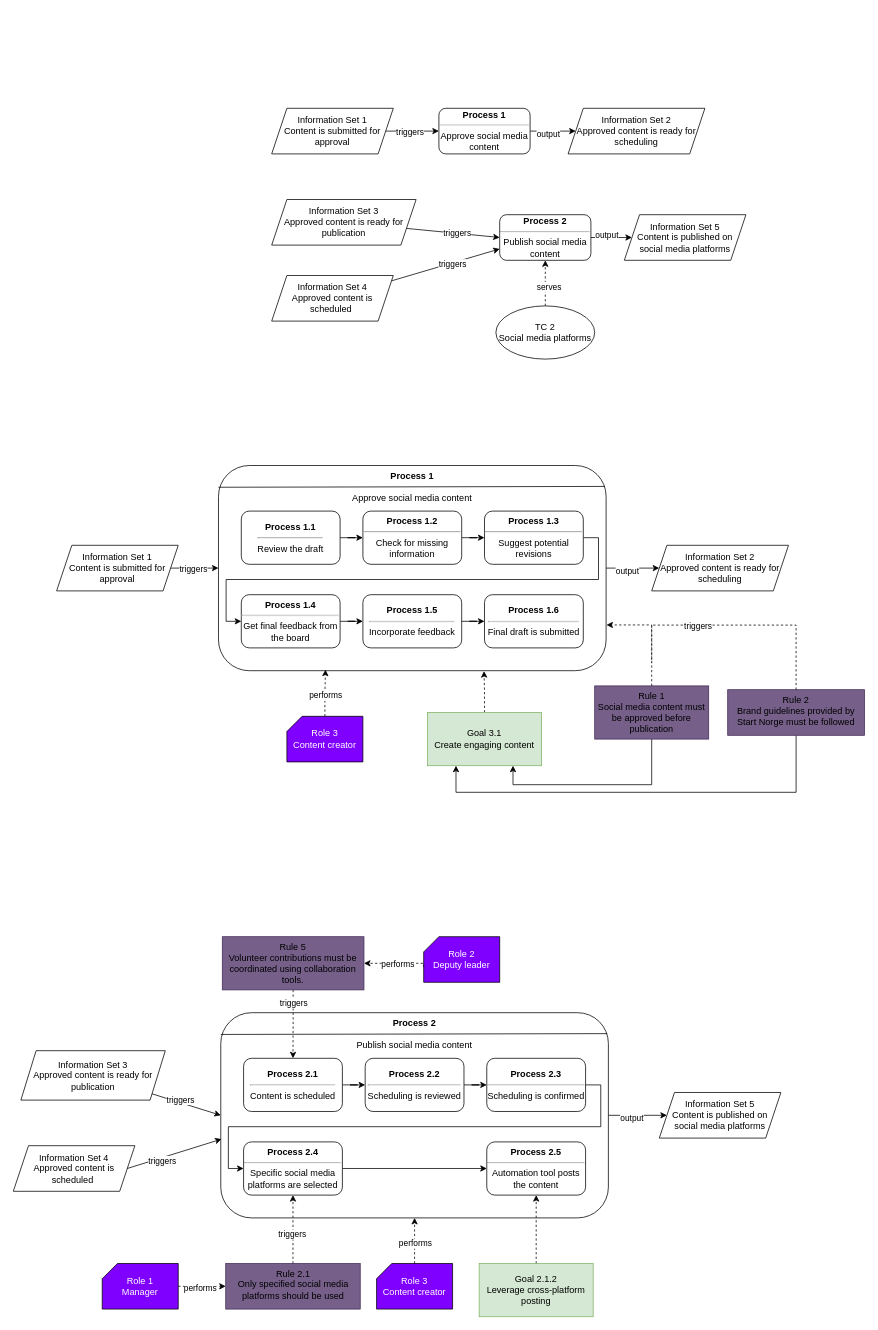
Above: page "business_process" (6 of 12) of 4EM.drawio in marhjoh/TDT4252-Enterprise-Architecture-for-Enterprise-Innovation (draw.io), before the change. Source tidied: cells renumbered, new cells numbered last; positions are measured from the earlier drawing's top-left corner, leaving out a move shared by most shapes. Both pictures are drawn from the tidied source at 76%, with x=0, y=0 at pixel (13, 108).
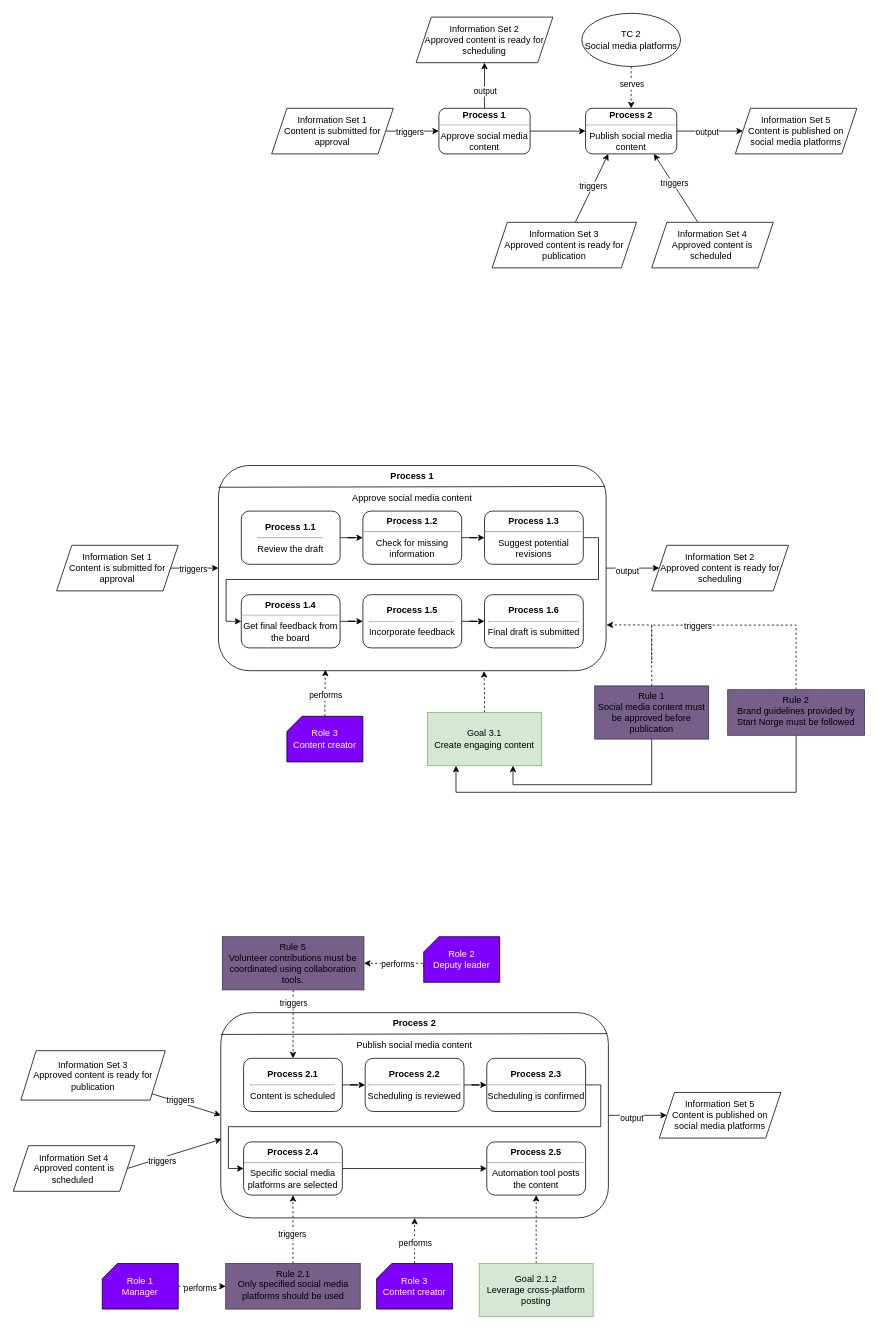
Above is the later version.

The change refers to these unchanged cells:
```xml
<mxCell id="4" value="&lt;b&gt;Process 1&lt;/b&gt;&lt;hr&gt;Approve social media content&lt;div&gt;&lt;/div&gt;" style="rounded=1;whiteSpace=wrap;html=1;" parent="1" vertex="1">
  <mxGeometry x="560" width="120" height="60" as="geometry" />
</mxCell>
<mxCell id="16" style="edgeStyle=orthogonalEdgeStyle;rounded=0;jettySize=auto;html=1;entryX=0;entryY=0.5;entryDx=0;entryDy=0;" parent="1" edge="1" source="18" target="15">
  <mxGeometry relative="1" as="geometry" />
</mxCell>
```

Change to the diagram source:
```diff
@@
-    <mxCell id="2" style="edgeStyle=orthogonalEdgeStyle;rounded=0;jettySize=auto;html=1;entryX=0;entryY=0.5;entryDx=0;entryDy=0;" parent="1" edge="1" source="4" target="8">
+    <mxCell id="2" style="edgeStyle=orthogonalEdgeStyle;rounded=0;jettySize=auto;html=1;entryX=0.5;entryY=1;entryDx=0;entryDy=0;exitX=0.5;exitY=0;exitDx=0;exitDy=0;" parent="1" edge="1" source="4" target="8">
       <mxGeometry relative="1" as="geometry" />
     </mxCell>
     <mxCell id="3" value="output" style="edgeLabel;html=1;align=center;verticalAlign=middle;" parent="2" vertex="1">
-      <mxGeometry x="-0.22" y="-3" relative="1" as="geometry" />
+      <mxGeometry x="-0.22" y="-3" relative="1" as="geometry">
+        <mxPoint x="-3" as="offset" />
+      </mxGeometry>
     </mxCell>
+    <mxCell id="90" style="edgeStyle=orthogonalEdgeStyle;rounded=0;jettySize=auto;html=1;entryX=0;entryY=0.5;entryDx=0;entryDy=0;" parent="1" edge="1" source="4" target="18">
+      <mxGeometry relative="1" as="geometry" />
+    </mxCell>
@@
     <mxCell id="8" value="Information Set 2&lt;div&gt;Approved content is ready for scheduling&lt;/div&gt;" style="shape=parallelogram;perimeter=parallelogramPerimeter;whiteSpace=wrap;html=1;fixedSize=1;" parent="1" vertex="1">
-      <mxGeometry x="730" width="180" height="60" as="geometry" />
+      <mxGeometry x="530" y="-120" width="180" height="60" as="geometry" />
     </mxCell>
-    <mxCell id="9" style="rounded=0;jettySize=auto;html=1;entryX=0;entryY=0.75;entryDx=0;entryDy=0;" parent="1" edge="1" source="11" target="18">
+    <mxCell id="9" style="rounded=0;jettySize=auto;html=1;entryX=0.75;entryY=1;entryDx=0;entryDy=0;" parent="1" edge="1" source="11" target="18">
       <mxGeometry relative="1" as="geometry" />
     </mxCell>
@@
     <mxCell id="11" value="Information Set 4&lt;div&gt;Approved content is scheduled&amp;nbsp;&lt;/div&gt;" style="shape=parallelogram;perimeter=parallelogramPerimeter;whiteSpace=wrap;html=1;fixedSize=1;" parent="1" vertex="1">
-      <mxGeometry x="340" y="220" width="160" height="60" as="geometry" />
+      <mxGeometry x="840" y="150" width="160" height="60" as="geometry" />
     </mxCell>
-    <mxCell id="12" style="rounded=0;jettySize=auto;html=1;entryX=0;entryY=0.5;entryDx=0;entryDy=0;" parent="1" edge="1" source="14" target="18">
+    <mxCell id="12" style="rounded=0;jettySize=auto;html=1;entryX=0.25;entryY=1;entryDx=0;entryDy=0;" parent="1" edge="1" source="14" target="18">
       <mxGeometry relative="1" as="geometry" />
     </mxCell>
@@
     <mxCell id="14" value="Information Set 3&lt;div&gt;Approved content is ready for publication&lt;/div&gt;" style="shape=parallelogram;perimeter=parallelogramPerimeter;whiteSpace=wrap;html=1;fixedSize=1;" parent="1" vertex="1">
-      <mxGeometry x="340" y="120" width="190" height="60" as="geometry" />
+      <mxGeometry x="630" y="150" width="190" height="60" as="geometry" />
     </mxCell>
     <mxCell id="15" value="Information Set 5&lt;div&gt;Content is published on social media platforms&lt;/div&gt;" style="shape=parallelogram;perimeter=parallelogramPerimeter;whiteSpace=wrap;html=1;fixedSize=1;" parent="1" vertex="1">
-      <mxGeometry x="804" y="140" width="160" height="60" as="geometry" />
+      <mxGeometry x="950" width="160" height="60" as="geometry" />
     </mxCell>
@@
     <mxCell id="17" value="output" style="edgeLabel;html=1;align=center;verticalAlign=middle;" parent="16" vertex="1">
       <mxGeometry x="0.14" y="4" relative="1" as="geometry">
-        <mxPoint x="-11" as="offset" />
+        <mxPoint x="-11" y="4" as="offset" />
       </mxGeometry>
     </mxCell>
     <mxCell id="18" value="&lt;b&gt;Process 2&lt;/b&gt;&lt;hr&gt;Publish social media content&lt;div&gt;&lt;/div&gt;" style="rounded=1;whiteSpace=wrap;html=1;" parent="1" vertex="1">
-      <mxGeometry x="640" y="140" width="120" height="60" as="geometry" />
+      <mxGeometry x="753" width="120" height="60" as="geometry" />
     </mxCell>
-    <mxCell id="19" style="rounded=0;jettySize=auto;html=1;entryX=0.5;entryY=1;entryDx=0;entryDy=0;dashed=1;" parent="1" edge="1" source="21" target="18">
+    <mxCell id="19" style="rounded=0;jettySize=auto;html=1;dashed=1;entryX=0.5;entryY=0;entryDx=0;entryDy=0;" parent="1" edge="1" source="21" target="18">
       <mxGeometry relative="1" as="geometry" />
     </mxCell>
     <mxCell id="20" value="serves" style="edgeLabel;html=1;align=center;verticalAlign=middle;" parent="19" vertex="1">
-      <mxGeometry x="-0.15" y="-4" relative="1" as="geometry" />
+      <mxGeometry x="-0.15" y="-4" relative="1" as="geometry">
+        <mxPoint x="4" as="offset" />
+      </mxGeometry>
     </mxCell>
     <mxCell id="21" value="&lt;div&gt;TC 2&lt;/div&gt;Social media platforms" style="ellipse;whiteSpace=wrap;html=1;" parent="1" vertex="1">
-      <mxGeometry x="635" y="260" width="130" height="70" as="geometry" />
+      <mxGeometry x="748" y="-125" width="130" height="70" as="geometry" />
     </mxCell>
```
